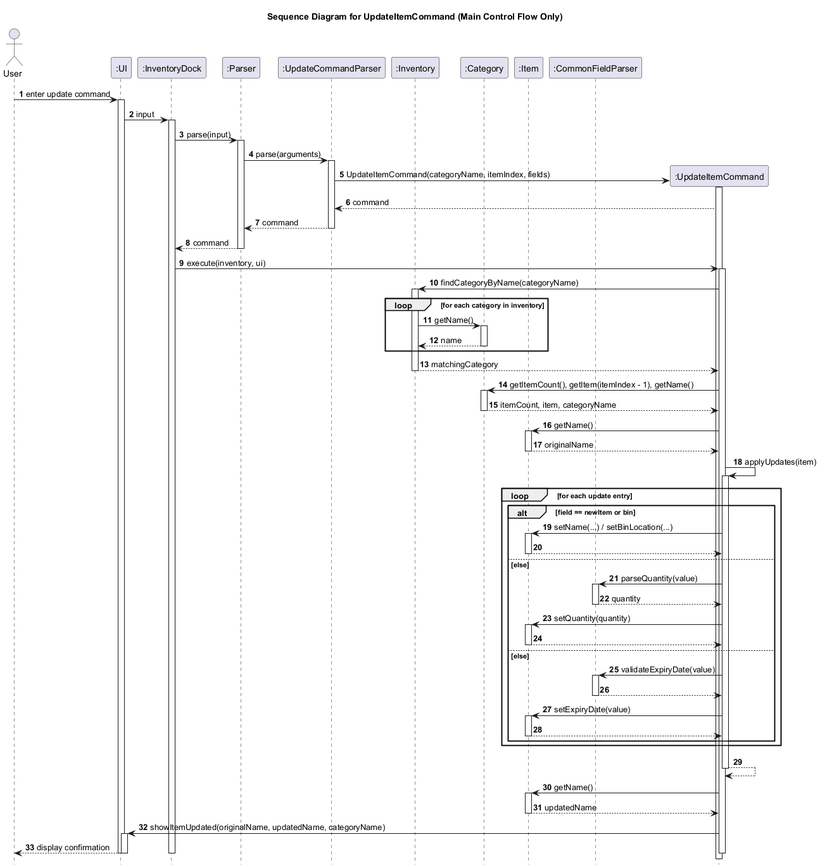
w-chuhao/tp keeps this PlantUML diagram as docs/diagrams/sequence/UpdateItemCommandMainFlow.png. Above is the earlier version.
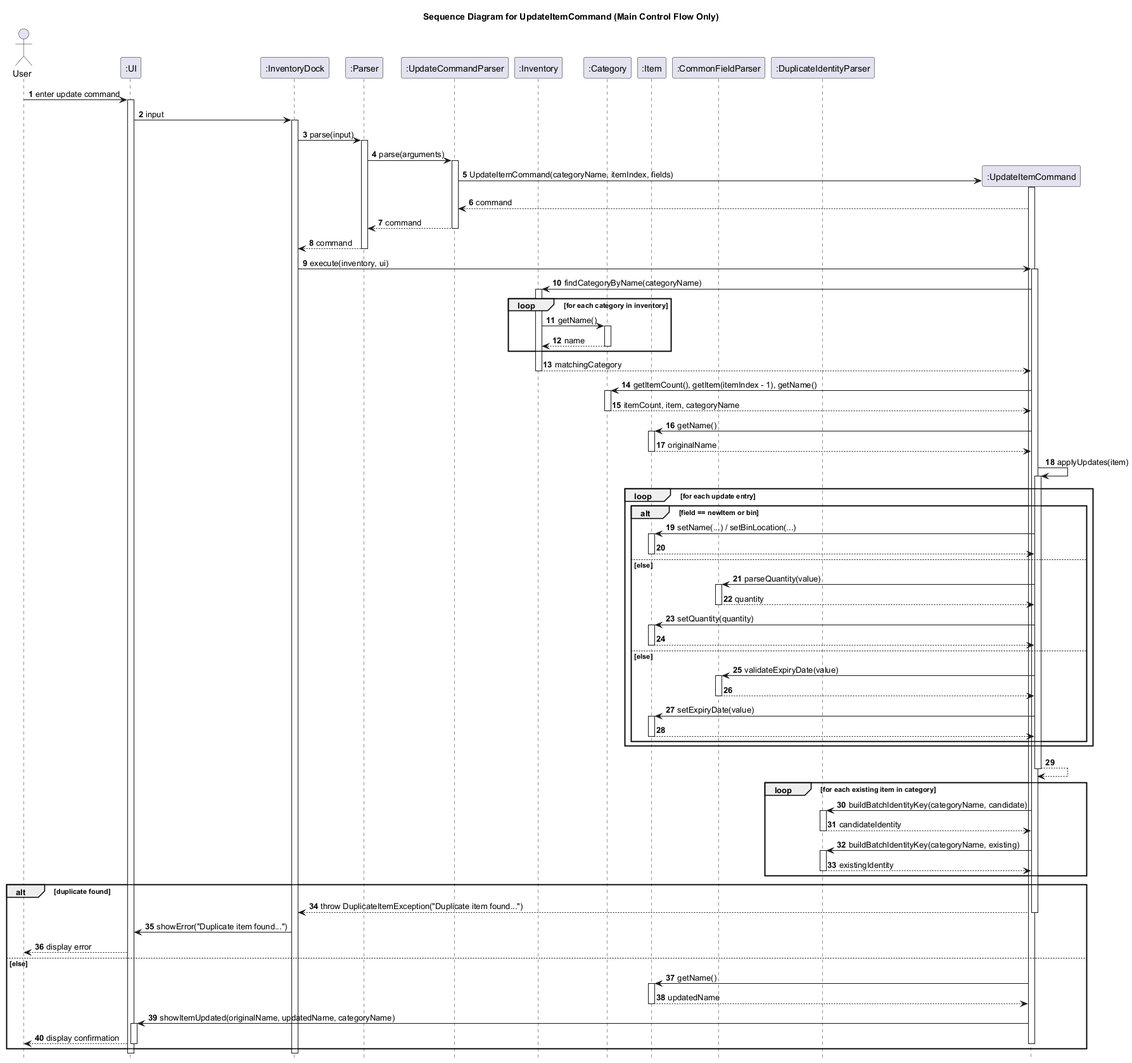
The same file after the commit.

The edit, as a diff of the source:
```diff
@@ -13,6 +13,7 @@
 participant ":Category" as Category
 participant ":Item" as Item
 participant ":CommonFieldParser" as CommonFieldParser
+participant ":DuplicateIdentityParser" as DuplicateIdentityParser
 
 User -> UI: enter update command
 activate UI
@@ -86,17 +87,36 @@
 UpdateItemCommand --> UpdateItemCommand
 deactivate UpdateItemCommand
 
-UpdateItemCommand -> Item: getName()
-activate Item
-Item --> UpdateItemCommand: updatedName
-deactivate Item
+loop for each existing item in category
+    UpdateItemCommand -> DuplicateIdentityParser: buildBatchIdentityKey(categoryName, candidate)
+    activate DuplicateIdentityParser
+    DuplicateIdentityParser --> UpdateItemCommand: candidateIdentity
+    deactivate DuplicateIdentityParser
 
-UpdateItemCommand -> UI: showItemUpdated(originalName, updatedName, categoryName)
-activate UI
-UI --> User: display confirmation
-deactivate UI
+    UpdateItemCommand -> DuplicateIdentityParser: buildBatchIdentityKey(categoryName, existing)
+    activate DuplicateIdentityParser
+    DuplicateIdentityParser --> UpdateItemCommand: existingIdentity
+    deactivate DuplicateIdentityParser
+end
 
-deactivate UpdateItemCommand
+alt duplicate found
+    UpdateItemCommand --> InventoryDock: throw DuplicateItemException("Duplicate item found...")
+    deactivate UpdateItemCommand
+    InventoryDock -> UI: showError("Duplicate item found...")
+    UI --> User: display error
+else else
+    UpdateItemCommand -> Item: getName()
+    activate Item
+    Item --> UpdateItemCommand: updatedName
+    deactivate Item
+
+    UpdateItemCommand -> UI: showItemUpdated(originalName, updatedName, categoryName)
+    activate UI
+    UI --> User: display confirmation
+    deactivate UI
+    deactivate UpdateItemCommand
+end
+
 deactivate InventoryDock
 deactivate UI
 @enduml
```
